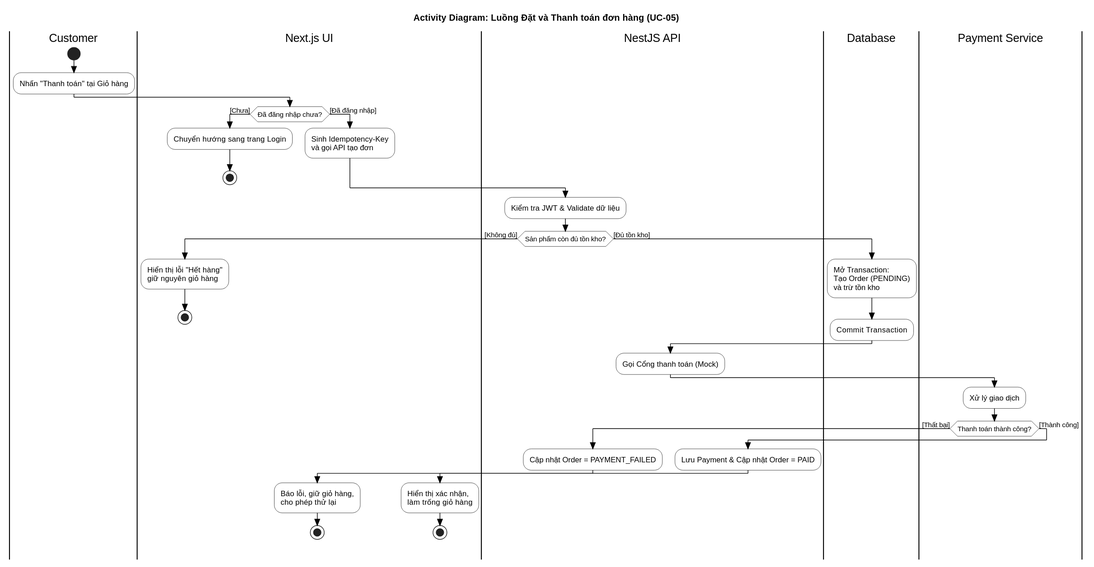
Before: docs/diagrams/activity-order-to-payment.svg, a diagram exported from PlantUML (nguyentriet2k69-lang/brew-lite2).
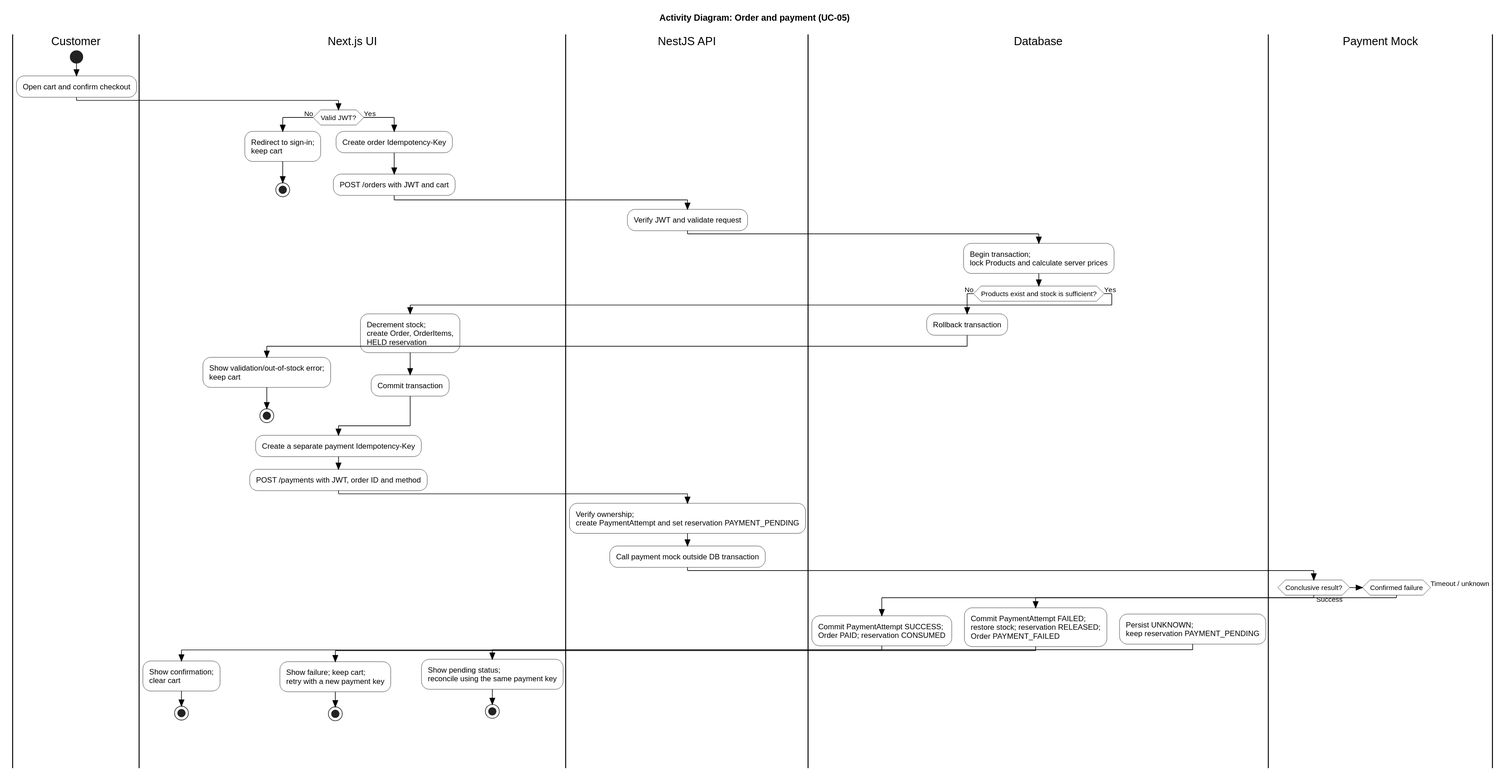
Later version of the same file.

Change to the diagram source:
```diff
@@ -5,48 +5,61 @@
 skinparam ActivityBorderColor #000000
 skinparam ArrowColor #000000
 
-title Activity Diagram: Luồng Đặt và Thanh toán đơn hàng (UC-05)
+title Activity Diagram: Order and payment (UC-05)
 
 |Customer|
 start
-:Nhấn "Thanh toán" tại Giỏ hàng;
+:Open cart and confirm checkout;
 
 |Next.js UI|
-if (Đã đăng nhập chưa?) then ([Chưa])
-  :Chuyển hướng sang trang Login;
+if (Valid JWT?) then (No)
+  :Redirect to sign-in;\nkeep cart;
   stop
-else ([Đã đăng nhập])
-  :Sinh Idempotency-Key\nvà gọi API tạo đơn;
+else (Yes)
+  :Create order Idempotency-Key;
+  :POST /orders with JWT and cart;
 endif
 
 |NestJS API|
-:Kiểm tra JWT & Validate dữ liệu;
-if (Sản phẩm còn đủ tồn kho?) then ([Không đủ])
+:Verify JWT and validate request;
+|Database|
+:Begin transaction;\nlock Products and calculate server prices;
+if (Products exist and stock is sufficient?) then (No)
+  :Rollback transaction;
   |Next.js UI|
-  :Hiển thị lỗi "Hết hàng"\ngiữ nguyên giỏ hàng;
+  :Show validation/out-of-stock error;\nkeep cart;
   stop
-else ([Đủ tồn kho])
+else (Yes)
+  :Decrement stock;\ncreate Order, OrderItems,\nHELD reservation;
+  :Commit transaction;
+endif
+
+|Next.js UI|
+:Create a separate payment Idempotency-Key;
+:POST /payments with JWT, order ID and method;
+
+|NestJS API|
+:Verify ownership;\ncreate PaymentAttempt and set reservation PAYMENT_PENDING;
+:Call payment mock outside DB transaction;
+
+|Payment Mock|
+if (Conclusive result?) then (Success)
   |Database|
-  :Mở Transaction:\nTạo Order (PENDING)\nvà trừ tồn kho;
-  :Commit Transaction;
-
-  |NestJS API|
-  :Gọi Cổng thanh toán (Mock);
-
-  |Payment Service|
-  :Xử lý giao dịch;
-  if (Thanh toán thành công?) then ([Thất bại])
-    |NestJS API|
-    :Cập nhật Order = PAYMENT_FAILED;
-    |Next.js UI|
-    :Báo lỗi, giữ giỏ hàng,\ncho phép thử lại;
-    stop
-  else ([Thành công])
-    |NestJS API|
-    :Lưu Payment & Cập nhật Order = PAID;
-    |Next.js UI|
-    :Hiển thị xác nhận,\nlàm trống giỏ hàng;
-    stop
-  endif
+  :Commit PaymentAttempt SUCCESS;\nOrder PAID; reservation CONSUMED;
+  |Next.js UI|
+  :Show confirmation;\nclear cart;
+  stop
+elseif (Confirmed failure)
+  |Database|
+  :Commit PaymentAttempt FAILED;\nrestore stock; reservation RELEASED;\nOrder PAYMENT_FAILED;
+  |Next.js UI|
+  :Show failure; keep cart;\nretry with a new payment key;
+  stop
+else (Timeout / unknown)
+  |Database|
+  :Persist UNKNOWN;\nkeep reservation PAYMENT_PENDING;
+  |Next.js UI|
+  :Show pending status;\nreconcile using the same payment key;
+  stop
 endif
 @enduml
```
